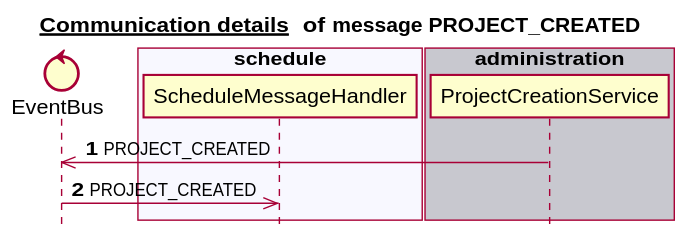
This is docs/latest/images/gen_domain_messaging_project_created.svg from mercedes-benz/sechub, a PlantUML export, as it was before one commit.
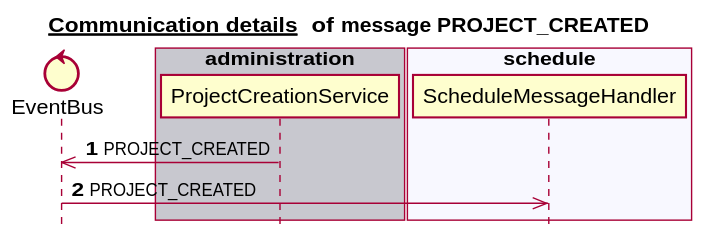
Above is the later version.

Diff of the diagram source:
```diff
@@ -6,17 +6,17 @@
 
 
 control EventBus
-box "scan" #C8C8CF
+box "authorization" #C8C8CF
+end box
+box "scan" #F8F8FF
+end box
+box "administration" #C8C8CF
+   participant ProjectCreationService
 end box
 box "schedule" #F8F8FF
    participant ScheduleMessageHandler
 end box
-box "authorization" #C8C8CF
-end box
-box "notification" #F8F8FF
-end box
-box "administration" #C8C8CF
-   participant ProjectCreationService
+box "notification" #C8C8CF
 end box
 autonumber 1
 ProjectCreationService ->> EventBus:PROJECT_CREATED
```
